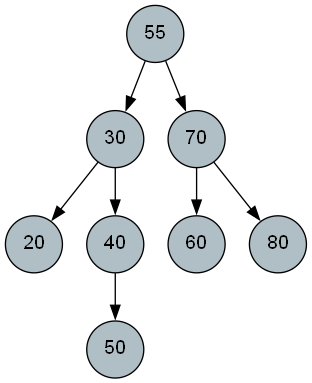
seb4sr/Repositorio_EDD_C_122026 keeps this Graphviz diagram as Semana6/reportes/mi_arbol.png. Above is the earlier version. Its source is kept beside it as Semana6/reportes/mi_arbol.dot.
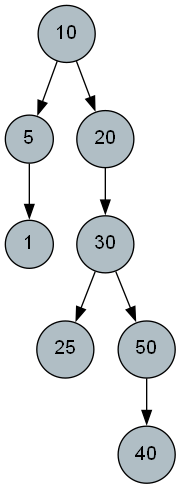
The same file after the commit.

Commit message:
Semana7: Arbol AVL

Diff of the diagram source:
```diff
@@ -7,19 +7,19 @@
         fontname="Arial"
     ];
 
-    n55 [label="55"];
+    n10 [label="10"];
+    n5 [label="5"];
+    n1 [label="1"];
+    n20 [label="20"];
     n30 [label="30"];
-    n20 [label="20"];
+    n25 [label="25"];
+    n50 [label="50"];
     n40 [label="40"];
-    n50 [label="50"];
-    n70 [label="70"];
-    n60 [label="60"];
-    n80 [label="80"];
-    n55 -> n30;
-    n30 -> n20;
-    n30 -> n40;
-    n40 -> n50;
-    n55 -> n70;
-    n70 -> n60;
-    n70 -> n80;
+    n10 -> n5;
+    n5 -> n1;
+    n10 -> n20;
+    n20 -> n30;
+    n30 -> n25;
+    n30 -> n50;
+    n50 -> n40;
 }
```
